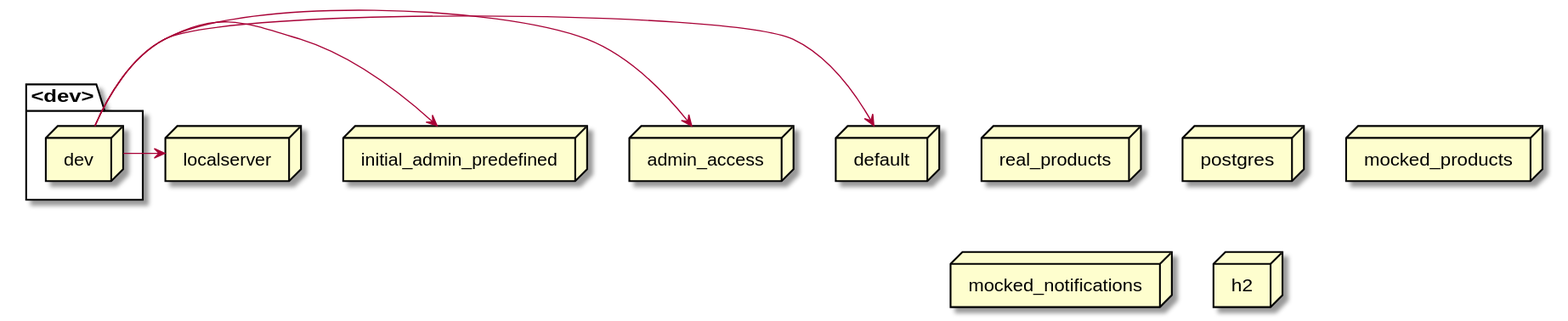
The PlantUML diagram docs/latest/images/gen_springprofiles-dev.svg in mercedes-benz/sechub, before a commit.
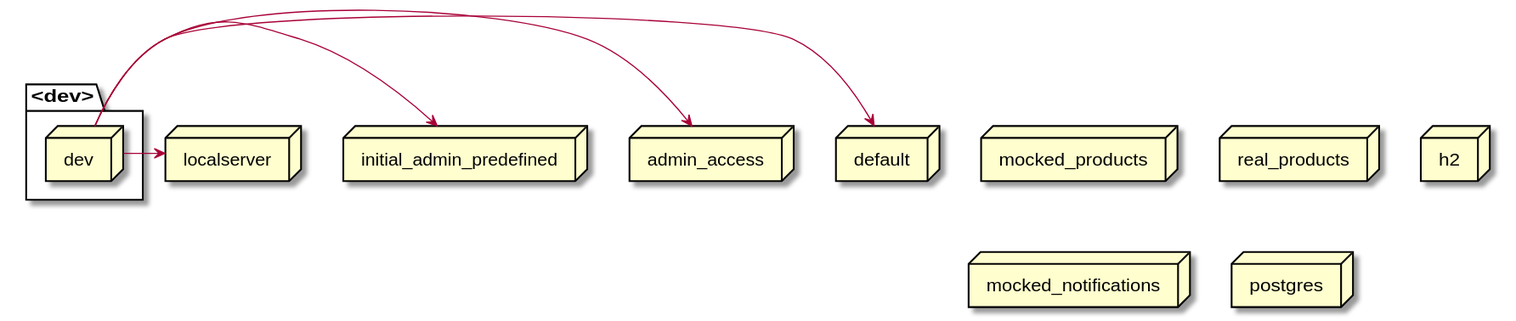
The same diagram one commit later.

Change to the diagram source:
```diff
@@ -1,16 +1,16 @@
 @startuml
-node real_products
-node default
-node postgres
-node localserver
-node mocked_products
-node mocked_notifications
 node admin_access
-node initial_admin_predefined
 package <dev>{
    node dev
 }
+node localserver
+node mocked_products
+node real_products
+node default
 node h2
+node mocked_notifications
+node initial_admin_predefined
+node postgres
 dev -> localserver
 dev -> initial_admin_predefined
 dev -> admin_access
```
